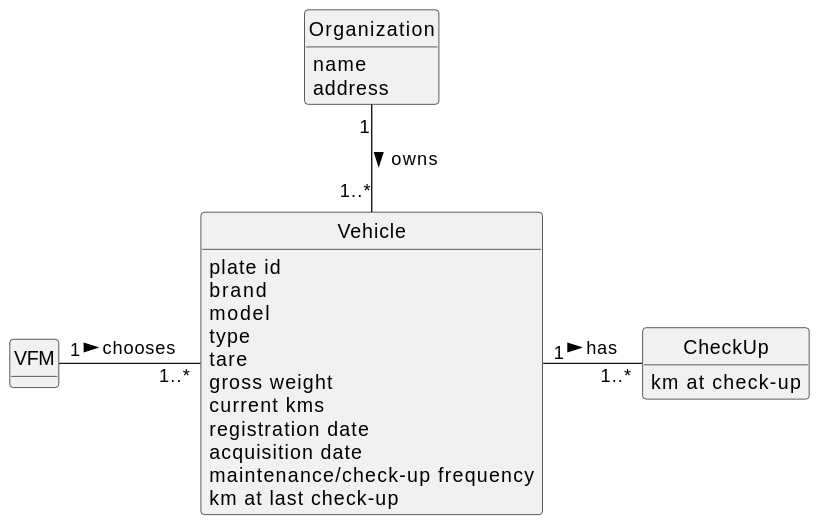
Above: docs/sprintB/us007/02.analysis/svg/us007-domain-model.svg in diogoveirospro/lei-24-s2-1dg-g072 (PlantUML), before the change.
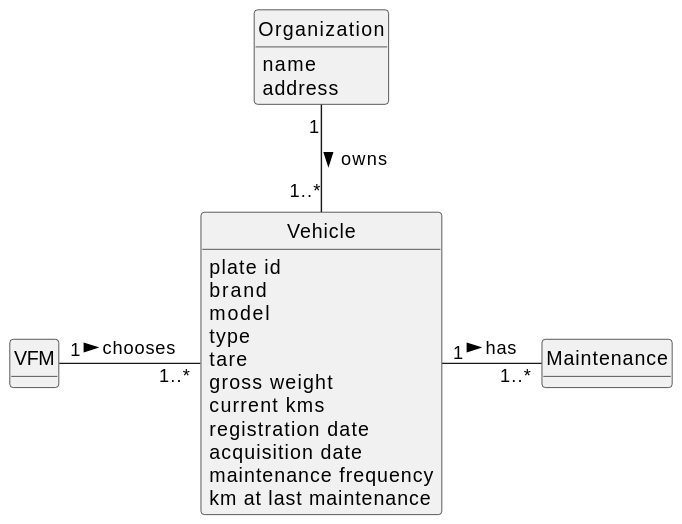
After the commit.

The edit, as a diff of the source:
```diff
@@ -24,19 +24,19 @@
     current kms
     registration date
     acquisition date
-    maintenance/check-up frequency
-    km at last check-up
+    maintenance frequency
+    km at last maintenance
 }
 class Organization{
     name
     address
 }
 
-class CheckUp{
-    km at check-up
+class Maintenance{
+
 }
 
 Organization "1" --"1..*" Vehicle: owns >
 VFM "1"-"   1..*" Vehicle: chooses >
-Vehicle "1" - "1..*" CheckUp: has >
+Vehicle "1" - "1..*" Maintenance: has >
 @enduml
```
